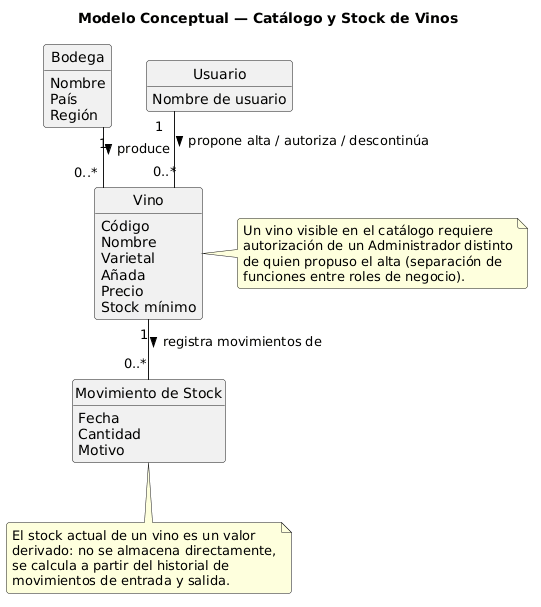
Earlier version of the PlantUML export DIAGRAMAS/ModeloConceptual_CatalogoStock.png (Jesifu/club-de-vinos-td).
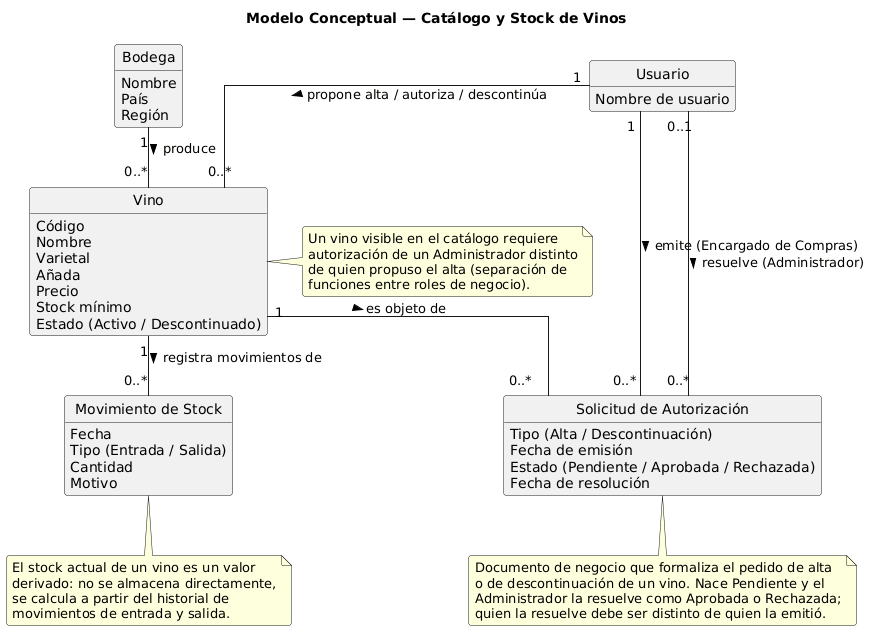
Above is the later version.

Diff of the diagram source:
```diff
@@ -22,14 +22,21 @@
   Añada
   Precio
   Stock mínimo
-  Estado (Activo / Descontinuado)
+  {field} Estado (Activo / Descontinuado)
 }
 
 class "Movimiento de Stock" as MovimientoStock {
   Fecha
-  Tipo (Entrada / Salida)
+  {field} Tipo (Entrada / Salida)
   Cantidad
   Motivo
+}
+
+class "Solicitud de Autorización" as SolicitudAutorizacion {
+  {field} Tipo (Alta / Descontinuación)
+  Fecha de emisión
+  {field} Estado (Pendiente / Aprobada / Rechazada)
+  Fecha de resolución
 }
 
 class Usuario {
@@ -40,11 +47,22 @@
 Vino   "1" -- "0..*" MovimientoStock  : registra movimientos de >
 Usuario "1" -- "0..*" Vino            : propone alta / autoriza / descontinúa >
 
+Vino    "1" -- "0..*" SolicitudAutorizacion : es objeto de >
+Usuario "1" -- "0..*" SolicitudAutorizacion : emite (Encargado de Compras) >
+Usuario "0..1" -- "0..*" SolicitudAutorizacion : resuelve (Administrador) >
+
 note right of Vino
   Un vino visible en el catálogo requiere
   autorización de un Administrador distinto
   de quien propuso el alta (separación de
   funciones entre roles de negocio).
+end note
+
+note bottom of SolicitudAutorizacion
+  Documento de negocio que formaliza el pedido de alta
+  o de descontinuación de un vino. Nace Pendiente y el
+  Administrador la resuelve como Aprobada o Rechazada;
+  quien la resuelve debe ser distinto de quien la emitió.
 end note
 
 note bottom of MovimientoStock
```
